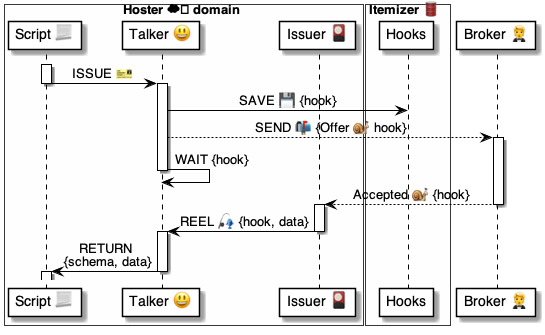
The PlantUML diagram 4 ⚙️ Solution/35 💬 Chats/😃 Talkers/😃⚙️ Talker cmds/...methods 🤵/ISSUE 🎫/🎫 ISSUE ⚙️ uml.png in pollyweb-org/pollyweb-docs, before a commit. Its source is kept beside it as 4 ⚙️ Solution/35 💬 Chats/😃 Talkers/😃⚙️ Talker cmds/...methods 🤵/ISSUE 🎫/🎫 ISSUE ⚙️ uml.puml. The source it was exported from:
```plantuml
@startuml ISSUE

box Hoster ☁️ domain #FFFFFA
    participant "Script 📃" as script
    participant "Talker 😃" as talker
    participant "Issuer 🎴" as issuer
end box

box Itemizer 🛢  #FFFFFA
    participant "Hooks" as hooks
end box

participant "Broker 🤵" as broker

activate script
    script -> talker: ISSUE 🎫
deactivate script

activate talker
    talker -> hooks: SAVE 💾 {hook}
    talker --> broker: SEND 📬 {Offer 🐌 hook}
    activate broker
    talker -> talker: WAIT {hook}
deactivate talker

        broker --> issuer: Accepted 🐌 {hook}
    deactivate broker

activate issuer
    issuer -> talker: REEL 🎣 {hook, data}
deactivate issuer

activate talker
    talker -> script: RETURN \n{schema, data}
deactivate talker

activate script
deactivate script

@enduml
```
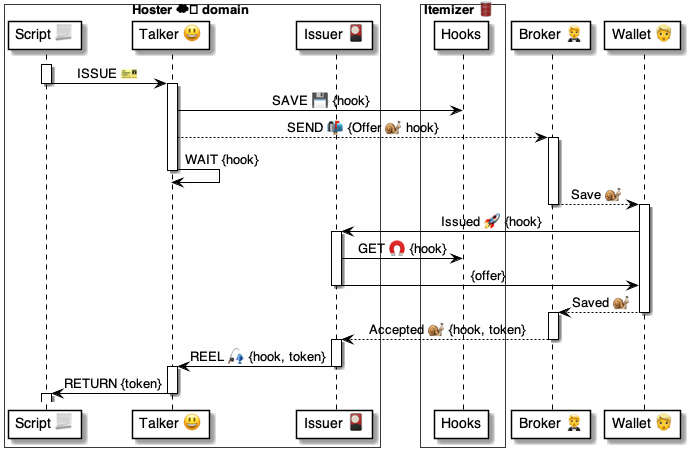
After the change.

The edit, as a diff of the source:
```diff
@@ -1,4 +1,7 @@
 @startuml ISSUE
+
+
+
 
 box Hoster ☁️ domain #FFFFFA
     participant "Script 📃" as script
@@ -11,6 +14,7 @@
 end box
 
 participant "Broker 🤵" as broker
+participant "Wallet 👱" as wallet
 
 activate script
     script -> talker: ISSUE 🎫
@@ -19,19 +23,34 @@
 activate talker
     talker -> hooks: SAVE 💾 {hook}
     talker --> broker: SEND 📬 {Offer 🐌 hook}
-    activate broker
+activate broker
     talker -> talker: WAIT {hook}
 deactivate talker
 
-        broker --> issuer: Accepted 🐌 {hook}
-    deactivate broker
+    broker --> wallet: Save 🐌
+deactivate broker
+
+activate wallet
+    wallet -> issuer: Issued 🚀 {hook}
+
+    activate issuer
+        issuer -> hooks: GET 🧲 {hook}
+        issuer -> wallet: {offer}
+    deactivate issuer
+
+    wallet --> broker: Saved 🐌
+deactivate wallet
+
+activate broker
+    broker --> issuer: Accepted 🐌 {hook, token}
+deactivate broker
 
 activate issuer
-    issuer -> talker: REEL 🎣 {hook, data}
+    issuer -> talker: REEL 🎣 {hook, token}
 deactivate issuer
 
 activate talker
-    talker -> script: RETURN \n{schema, data}
+    talker -> script: RETURN {token}
 deactivate talker
 
 activate script
```
